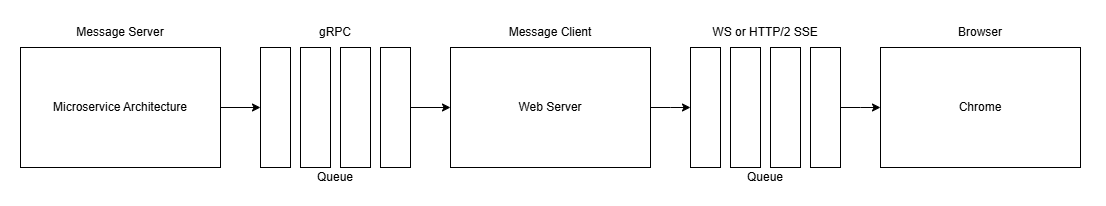
tripolskypetr/node-redis-grpc-stream-queue keeps this draw.io diagram as assets/schema.png. Above is the earlier version. Source tidied: cells renumbered, new cells last; positions are measured from the earlier drawing's top-left corner, leaving out a move shared by most shapes.
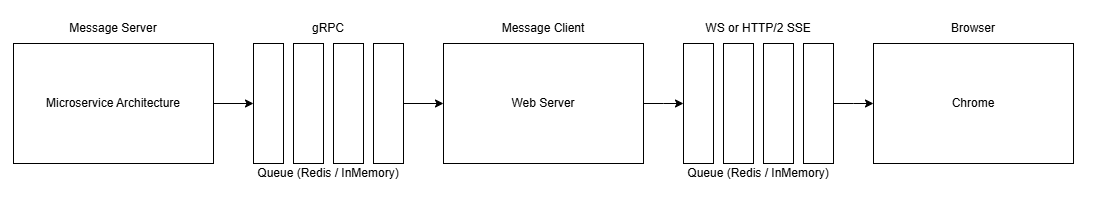
After the change.

Change to the diagram source:
```diff
@@ -26,7 +26,7 @@
     <mxCell id="9" style="rounded=0;whiteSpace=wrap;html=1;" parent="1" vertex="1">
       <mxGeometry x="360" y="30" width="30" height="120" as="geometry" />
     </mxCell>
-    <mxCell id="10" value="Queue" style="text;html=1;align=center;verticalAlign=middle;whiteSpace=wrap;rounded=0;" parent="1" vertex="1">
+    <mxCell id="10" value="Queue (Redis / InMemory)" style="text;html=1;align=center;verticalAlign=middle;whiteSpace=wrap;rounded=0;" parent="1" vertex="1">
       <mxGeometry x="240" y="150" width="150" height="20" as="geometry" />
     </mxCell>
     <mxCell id="11" style="edgeStyle=orthogonalEdgeStyle;rounded=0;jettySize=auto;html=1;exitX=1;exitY=0.5;exitDx=0;exitDy=0;entryX=0;entryY=0.5;entryDx=0;entryDy=0;" parent="1" edge="1" source="12">
@@ -40,7 +40,7 @@
     <mxCell id="13" value="Message Client" style="text;html=1;align=center;verticalAlign=middle;whiteSpace=wrap;rounded=0;" parent="1" vertex="1">
       <mxGeometry x="430" width="200" height="30" as="geometry" />
     </mxCell>
-    <mxCell id="14" value="Queue" style="text;html=1;align=center;verticalAlign=middle;whiteSpace=wrap;rounded=0;" parent="1" vertex="1">
+    <mxCell id="14" value="Queue (Redis / InMemory)" style="text;html=1;align=center;verticalAlign=middle;whiteSpace=wrap;rounded=0;" parent="1" vertex="1">
       <mxGeometry x="670" y="150" width="150" height="20" as="geometry" />
     </mxCell>
     <mxCell id="15" style="rounded=0;whiteSpace=wrap;html=1;" parent="1" vertex="1">
```
